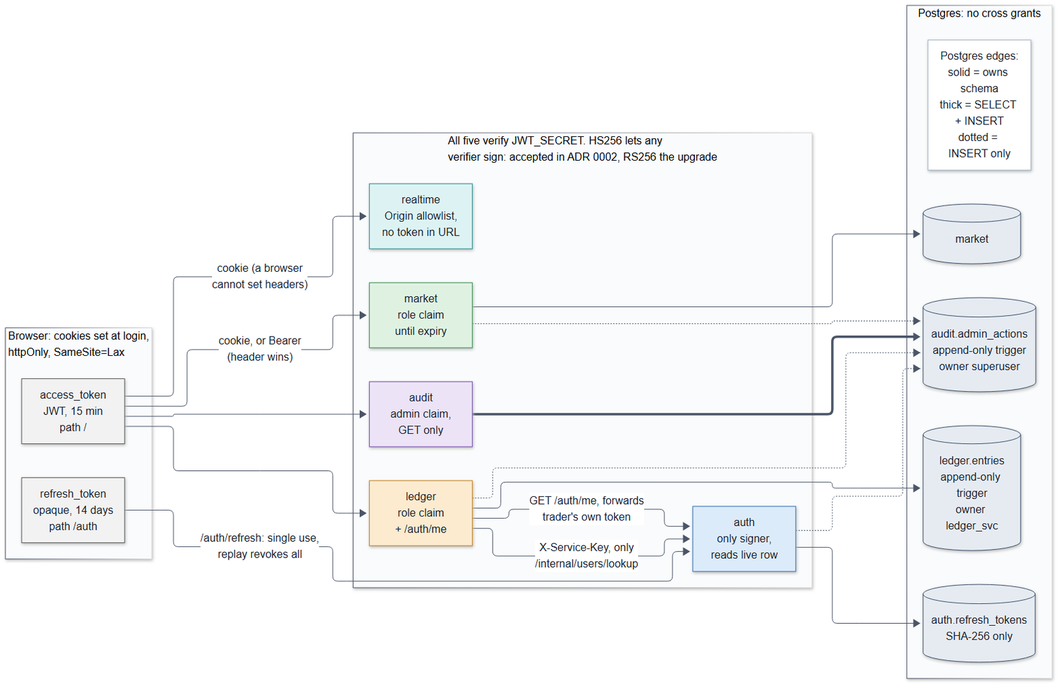
Above: docs/diagrams/rendered/05-security.png in decker757/CS464 (Mermaid), before the change. Its source is kept beside it as docs/diagrams/05-security.mmd.
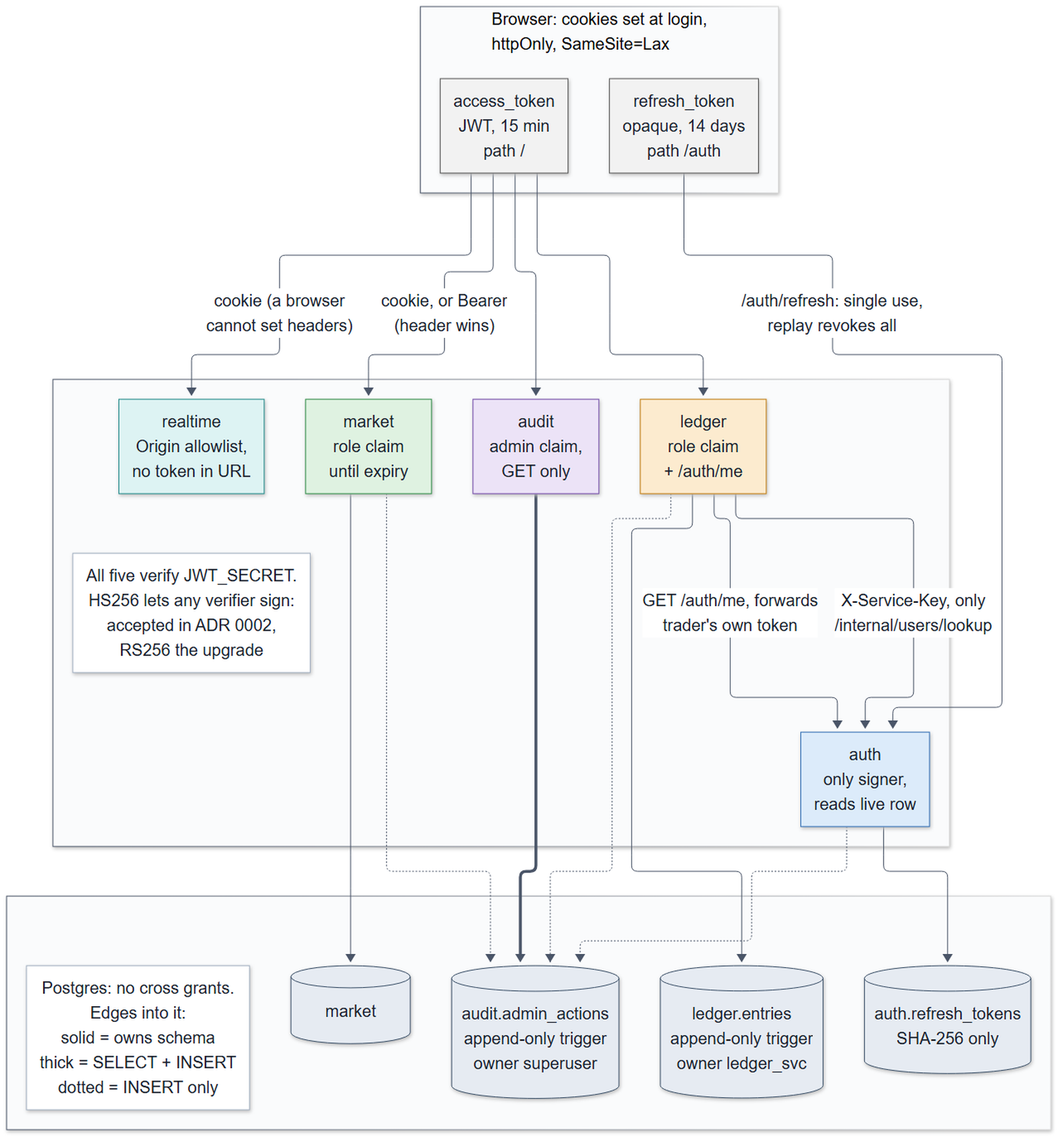
After the commit.

Change to the diagram source:
```diff
@@ -1,12 +1,14 @@
-flowchart LR
+%%{init: {"elk": {"lineHops": false}, "flowchart": {"wrappingWidth": 400}, "themeVariables": {"fontSize": "20px"}}}%%
+flowchart TB
     subgraph br["Browser: cookies set at login,<br/>httpOnly, SameSite=Lax"]
         direction TB
         acc["access_token<br/>JWT, 15 min<br/>path /"]
         ref["refresh_token<br/>opaque, 14 days<br/>path /auth"]
     end
 
-    subgraph svc["All five verify JWT_SECRET. HS256 lets any<br/>verifier sign: accepted in ADR 0002, RS256 the upgrade"]
+    subgraph svc[" "]
         direction TB
+        jwt["All five verify JWT_SECRET.<br/>HS256 lets any verifier sign:<br/>accepted in ADR 0002,<br/>RS256 the upgrade"]
         realtime["realtime<br/>Origin allowlist,<br/>no token in URL"]
         market["market<br/>role claim<br/>until expiry"]
         audit["audit<br/>admin claim,<br/>GET only"]
@@ -14,22 +16,23 @@
         auth["auth<br/>only signer,<br/>reads live row"]
     end
 
-    subgraph pg["Postgres: no cross grants"]
+    subgraph pg[" "]
         direction TB
         sMarket[("market")]
         sAudit[("audit.admin_actions<br/>append-only trigger<br/>owner superuser")]
         sLedger[("ledger.entries<br/>append-only trigger<br/>owner ledger_svc")]
         sAuth[("auth.refresh_tokens<br/>SHA-256 only")]
-        lg["Postgres edges:<br/>solid = owns schema<br/>thick = SELECT + INSERT<br/>dotted = INSERT only"]
+        lg["Postgres: no cross grants.<br/>Edges into it:<br/>solid = owns schema<br/>thick = SELECT + INSERT<br/>dotted = INSERT only"]
     end
 
     acc -->|"cookie (a browser<br/>cannot set headers)"| realtime
     acc -->|"cookie, or Bearer<br/>(header wins)"| market
     acc --> audit
     acc --> ledger
-    ref -->|"/auth/refresh: single use,<br/>replay revokes all"| auth
+    ref -->|"/auth/refresh: single use,<br/>replay revokes all"| auth
 
-    ledger -->|"GET /auth/me, forwards<br/>trader's own token"| auth
+    ledger -->|"GET /auth/me, forwards<br/>trader's own token"| auth
+    realtime ~~~ jwt
     ledger -->|"X-Service-Key, only<br/>/internal/users/lookup"| auth
 
     market --> sMarket
@@ -49,7 +52,7 @@
     classDef pg       fill:#E6EBF2,stroke:#3B5068,color:#1A202C
 
     classDef legend fill:#FFFFFF,stroke:#A0AEC0,color:#1A202C
-    class lg legend
+    class lg,jwt legend
     class acc,ref browser
     class auth auth
     class market market
```
